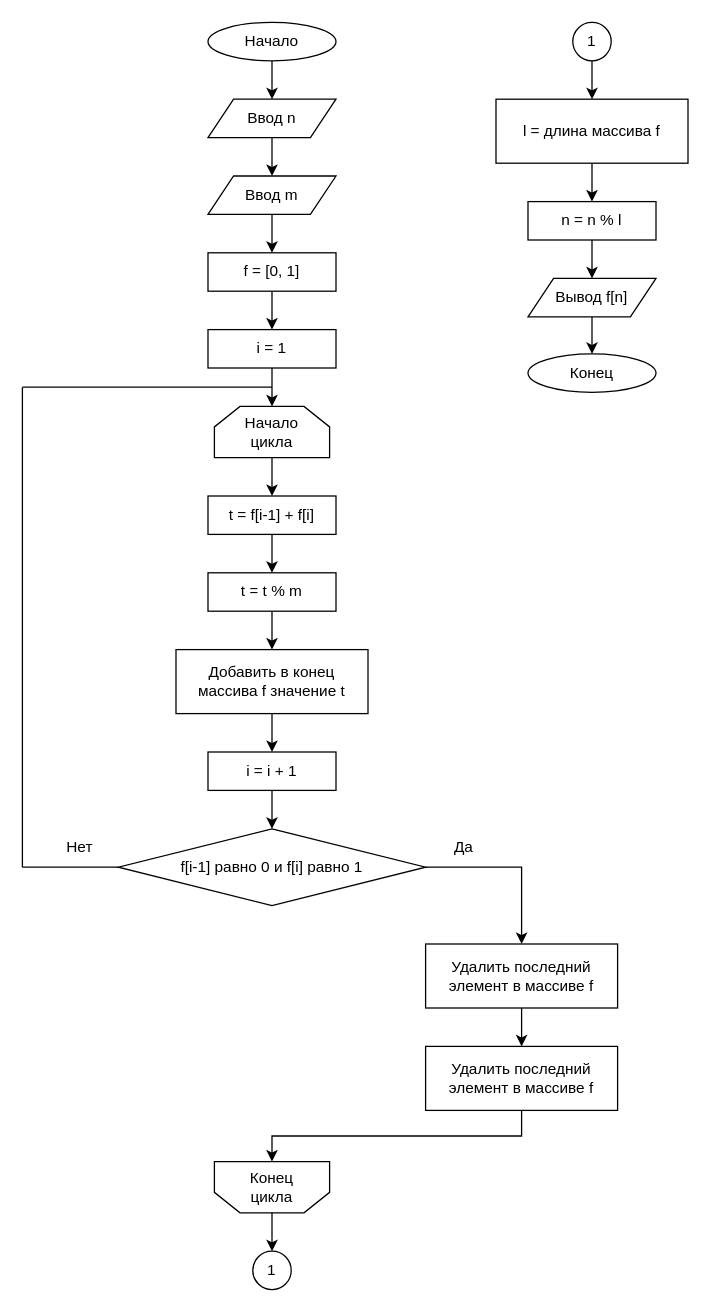
Above: page "2.2.3" (3 of 9) of Блок-схемы.drawio in hantagu/practice (draw.io), before the change. Source tidied: cells renumbered, new cells numbered last; positions are measured from the earlier drawing's top-left corner, leaving out a move shared by most shapes. Both pictures are drawn from the tidied source at 128%, with x=0, y=0 at pixel (22, 22).
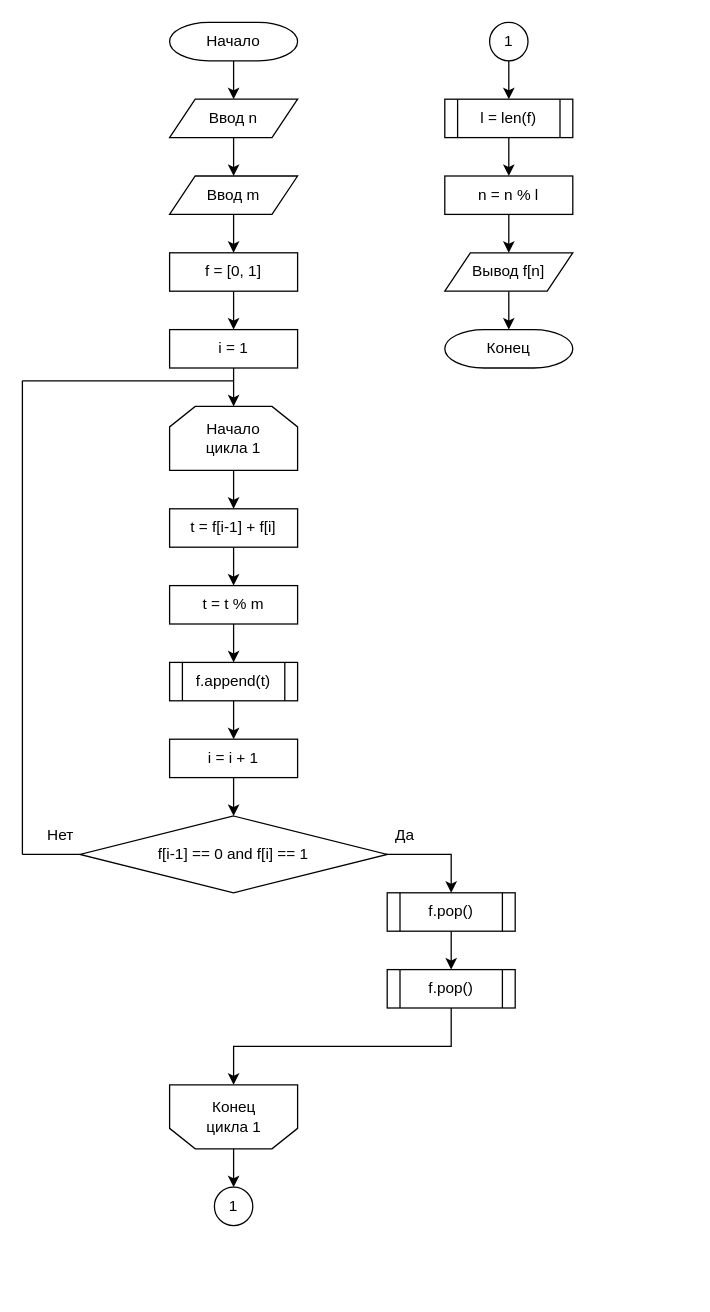
The same diagram, later.

The edit, as a diff of the source:
```diff
@@
-    <mxCell id="2" style="edgeStyle=orthogonalEdgeStyle;rounded=0;jettySize=auto;html=1;exitX=0.5;exitY=1;exitDx=0;exitDy=0;entryX=0.5;entryY=0;entryDx=0;entryDy=0;" parent="1" edge="1" source="3" target="5">
-      <mxGeometry relative="1" as="geometry" />
+    <mxCell id="2" style="edgeStyle=orthogonalEdgeStyle;rounded=0;jettySize=auto;html=1;exitX=0.5;exitY=1;exitDx=0;exitDy=0;entryX=0.5;entryY=0;entryDx=0;entryDy=0;" parent="1" edge="1" target="5">
+      <mxGeometry relative="1" as="geometry">
+        <mxPoint x="165" y="30" as="sourcePoint" />
+      </mxGeometry>
     </mxCell>
-    <mxCell id="3" value="Начало" style="ellipse;whiteSpace=wrap;html=1;" parent="1" vertex="1">
-      <mxGeometry x="145" width="100" height="30" as="geometry" />
-    </mxCell>
@@
     <mxCell id="5" value="Ввод n" style="shape=parallelogram;perimeter=parallelogramPerimeter;whiteSpace=wrap;html=1;fixedSize=1;" parent="1" vertex="1">
-      <mxGeometry x="145" y="60" width="100" height="30" as="geometry" />
+      <mxGeometry x="115" y="60" width="100" height="30" as="geometry" />
     </mxCell>
@@
     <mxCell id="7" value="Ввод m" style="shape=parallelogram;perimeter=parallelogramPerimeter;whiteSpace=wrap;html=1;fixedSize=1;" parent="1" vertex="1">
-      <mxGeometry x="145" y="120" width="100" height="30" as="geometry" />
+      <mxGeometry x="115" y="120" width="100" height="30" as="geometry" />
     </mxCell>
@@
     <mxCell id="9" value="f = [0, 1]" style="rounded=0;whiteSpace=wrap;html=1;" parent="1" vertex="1">
-      <mxGeometry x="145" y="180" width="100" height="30" as="geometry" />
+      <mxGeometry x="115" y="180" width="100" height="30" as="geometry" />
     </mxCell>
@@
     <mxCell id="11" value="i = 1" style="rounded=0;whiteSpace=wrap;html=1;" parent="1" vertex="1">
-      <mxGeometry x="145" y="240" width="100" height="30" as="geometry" />
+      <mxGeometry x="115" y="240" width="100" height="30" as="geometry" />
     </mxCell>
@@
-    <mxCell id="13" value="&lt;div&gt;Начало&lt;/div&gt;&lt;div&gt;цикла&lt;/div&gt;" style="shape=loopLimit;whiteSpace=wrap;html=1;" parent="1" vertex="1">
-      <mxGeometry x="150" y="300" width="90" height="40" as="geometry" />
+    <mxCell id="13" value="&lt;div&gt;Начало&lt;/div&gt;&lt;div&gt;цикла 1&lt;br&gt;&lt;/div&gt;" style="shape=loopLimit;whiteSpace=wrap;html=1;" parent="1" vertex="1">
+      <mxGeometry x="115" y="300" width="100" height="50" as="geometry" />
     </mxCell>
     <mxCell id="14" style="group;" parent="1" vertex="1">
-      <mxGeometry x="150" y="890" width="90" height="40" as="geometry" />
+      <mxGeometry x="115" y="830" width="100" height="50" as="geometry" />
     </mxCell>
     <mxCell id="15" style="shape=loopLimit;whiteSpace=wrap;html=1;rotation=-180;" parent="14" vertex="1">
-      <mxGeometry width="90" height="40" as="geometry" />
+      <mxGeometry width="100" height="50" as="geometry" />
     </mxCell>
-    <mxCell id="16" value="&lt;div&gt;Конец&lt;/div&gt;&lt;div&gt;цикла&lt;br&gt;&lt;/div&gt;" style="text;html=1;strokeColor=none;fillColor=none;align=center;verticalAlign=middle;whiteSpace=wrap;rounded=0;" parent="14" vertex="1">
-      <mxGeometry x="15" y="5" width="60" height="30" as="geometry" />
+    <mxCell id="16" value="&lt;div&gt;Конец&lt;/div&gt;&lt;div&gt;цикла 1&lt;br&gt;&lt;/div&gt;" style="text;html=1;strokeColor=none;fillColor=none;align=center;verticalAlign=middle;whiteSpace=wrap;rounded=0;" parent="14" vertex="1">
+      <mxGeometry x="16.7" y="6.2" width="66.7" height="37.5" as="geometry" />
     </mxCell>
@@
     <mxCell id="18" value="t = f[i-1] + f[i]" style="rounded=0;whiteSpace=wrap;html=1;" parent="1" vertex="1">
-      <mxGeometry x="145" y="370" width="100" height="30" as="geometry" />
+      <mxGeometry x="115" y="380" width="100" height="30" as="geometry" />
     </mxCell>
-    <mxCell id="19" style="edgeStyle=orthogonalEdgeStyle;rounded=0;jettySize=auto;html=1;exitX=0.5;exitY=1;exitDx=0;exitDy=0;entryX=0.5;entryY=0;entryDx=0;entryDy=0;" parent="1" edge="1" source="20" target="22">
-      <mxGeometry relative="1" as="geometry" />
-    </mxCell>
+    <mxCell id="47" style="edgeStyle=orthogonalEdgeStyle;rounded=0;jettySize=auto;html=1;exitX=0.5;exitY=1;exitDx=0;exitDy=0;entryX=0.5;entryY=0;entryDx=0;entryDy=0;" parent="1" edge="1" source="20" target="50">
+      <mxGeometry relative="1" as="geometry" />
+    </mxCell>
     <mxCell id="20" value="t = t % m" style="rounded=0;whiteSpace=wrap;html=1;" parent="1" vertex="1">
-      <mxGeometry x="145" y="430" width="100" height="30" as="geometry" />
+      <mxGeometry x="115" y="440" width="100" height="30" as="geometry" />
     </mxCell>
-    <mxCell id="21" style="edgeStyle=orthogonalEdgeStyle;rounded=0;jettySize=auto;html=1;exitX=0.5;exitY=1;exitDx=0;exitDy=0;entryX=0.5;entryY=0;entryDx=0;entryDy=0;" parent="1" edge="1" source="22" target="24">
-      <mxGeometry relative="1" as="geometry" />
-    </mxCell>
-    <mxCell id="22" value="Добавить в конец массива f значение t" style="rounded=0;whiteSpace=wrap;html=1;" parent="1" vertex="1">
-      <mxGeometry x="120" y="490" width="150" height="50" as="geometry" />
-    </mxCell>
@@
     <mxCell id="24" value="i = i + 1" style="rounded=0;whiteSpace=wrap;html=1;" parent="1" vertex="1">
-      <mxGeometry x="145" y="570" width="100" height="30" as="geometry" />
+      <mxGeometry x="115" y="560" width="100" height="30" as="geometry" />
     </mxCell>
-    <mxCell id="25" style="edgeStyle=orthogonalEdgeStyle;rounded=0;jettySize=auto;html=1;exitX=1;exitY=0.5;exitDx=0;exitDy=0;entryX=0.5;entryY=0;entryDx=0;entryDy=0;" parent="1" edge="1" source="26" target="28">
-      <mxGeometry relative="1" as="geometry" />
-    </mxCell>
-    <mxCell id="26" value="f[i-1] равно 0 и f[i] равно 1" style="rhombus;whiteSpace=wrap;html=1;" parent="1" vertex="1">
-      <mxGeometry x="75" y="630" width="240" height="60" as="geometry" />
+    <mxCell id="26" value="f[i-1] == 0 and f[i] == 1" style="rhombus;whiteSpace=wrap;html=1;" parent="1" vertex="1">
+      <mxGeometry x="45" y="620" width="240" height="60" as="geometry" />
     </mxCell>
-    <mxCell id="27" style="edgeStyle=orthogonalEdgeStyle;rounded=0;jettySize=auto;html=1;exitX=0.5;exitY=1;exitDx=0;exitDy=0;entryX=0.5;entryY=0;entryDx=0;entryDy=0;" parent="1" edge="1" source="28" target="31">
-      <mxGeometry relative="1" as="geometry" />
-    </mxCell>
-    <mxCell id="28" value="Удалить последний элемент в массиве f" style="rounded=0;whiteSpace=wrap;html=1;" parent="1" vertex="1">
-      <mxGeometry x="315" y="720" width="150" height="50" as="geometry" />
-    </mxCell>
+    <mxCell id="48" style="edgeStyle=orthogonalEdgeStyle;rounded=0;jettySize=auto;html=1;exitX=0.25;exitY=1;exitDx=0;exitDy=0;entryX=0.5;entryY=0;entryDx=0;entryDy=0;" parent="1" edge="1" source="29" target="52">
+      <mxGeometry relative="1" as="geometry">
+        <Array as="points">
+          <mxPoint x="335" y="650" />
+        </Array>
+      </mxGeometry>
+    </mxCell>
     <mxCell id="29" value="Да" style="text;html=1;strokeColor=none;fillColor=none;align=center;verticalAlign=middle;whiteSpace=wrap;rounded=0;" parent="1" vertex="1">
-      <mxGeometry x="315" y="630" width="60" height="30" as="geometry" />
+      <mxGeometry x="269" y="620" width="60" height="30" as="geometry" />
     </mxCell>
-    <mxCell id="30" style="edgeStyle=orthogonalEdgeStyle;rounded=0;jettySize=auto;html=1;exitX=0.5;exitY=1;exitDx=0;exitDy=0;entryX=0.5;entryY=1;entryDx=0;entryDy=0;" parent="1" edge="1" source="31" target="15">
-      <mxGeometry relative="1" as="geometry" />
-    </mxCell>
-    <mxCell id="31" value="Удалить последний элемент в массиве f" style="rounded=0;whiteSpace=wrap;html=1;" parent="1" vertex="1">
-      <mxGeometry x="315" y="800" width="150" height="50" as="geometry" />
-    </mxCell>
     <mxCell id="32" value="Нет" style="text;html=1;strokeColor=none;fillColor=none;align=center;verticalAlign=middle;whiteSpace=wrap;rounded=0;" parent="1" vertex="1">
-      <mxGeometry x="15" y="630" width="60" height="30" as="geometry" />
+      <mxGeometry y="620" width="60" height="30" as="geometry" />
     </mxCell>
     <mxCell id="33" style="endArrow=none;html=1;rounded=0;" parent="1" edge="1">
       <mxGeometry relative="1" as="geometry">
-        <mxPoint y="660" as="sourcePoint" />
-        <mxPoint x="75" y="660" as="targetPoint" />
+        <mxPoint y="650" as="sourcePoint" />
+        <mxPoint x="45" y="650" as="targetPoint" />
       </mxGeometry>
     </mxCell>
     <mxCell id="34" style="endArrow=none;html=1;rounded=0;" parent="1" edge="1">
       <mxGeometry relative="1" as="geometry">
-        <mxPoint y="285" as="sourcePoint" />
-        <mxPoint y="660" as="targetPoint" />
+        <mxPoint y="280" as="sourcePoint" />
+        <mxPoint y="650" as="targetPoint" />
       </mxGeometry>
     </mxCell>
     <mxCell id="35" style="endArrow=none;html=1;rounded=0;" parent="1" edge="1">
       <mxGeometry relative="1" as="geometry">
-        <mxPoint y="285" as="sourcePoint" />
-        <mxPoint x="195" y="285" as="targetPoint" />
+        <mxPoint y="280" as="sourcePoint" />
+        <mxPoint x="165" y="280" as="targetPoint" />
       </mxGeometry>
     </mxCell>
-    <mxCell id="36" style="edgeStyle=orthogonalEdgeStyle;rounded=0;jettySize=auto;html=1;exitX=0.5;exitY=1;exitDx=0;exitDy=0;entryX=0.5;entryY=0;entryDx=0;entryDy=0;" parent="1" edge="1" source="37" target="39">
-      <mxGeometry relative="1" as="geometry" />
-    </mxCell>
-    <mxCell id="37" value="l = длина массива f" style="rounded=0;whiteSpace=wrap;html=1;" parent="1" vertex="1">
-      <mxGeometry x="370" y="60" width="150" height="50" as="geometry" />
-    </mxCell>
@@
     <mxCell id="39" value="n = n % l" style="rounded=0;whiteSpace=wrap;html=1;" parent="1" vertex="1">
-      <mxGeometry x="395" y="140" width="100" height="30" as="geometry" />
+      <mxGeometry x="330" y="120" width="100" height="30" as="geometry" />
     </mxCell>
-    <mxCell id="40" style="edgeStyle=orthogonalEdgeStyle;rounded=0;jettySize=auto;html=1;exitX=0.5;exitY=1;exitDx=0;exitDy=0;entryX=0.5;entryY=0;entryDx=0;entryDy=0;" parent="1" edge="1" source="41" target="42">
+    <mxCell id="40" style="edgeStyle=orthogonalEdgeStyle;rounded=0;jettySize=auto;html=1;exitX=0.5;exitY=1;exitDx=0;exitDy=0;entryX=0.5;entryY=0;entryDx=0;entryDy=0;entryPerimeter=0;" parent="1" edge="1" source="41" target="42">
       <mxGeometry relative="1" as="geometry" />
     </mxCell>
     <mxCell id="41" value="Вывод f[n]" style="shape=parallelogram;perimeter=parallelogramPerimeter;whiteSpace=wrap;html=1;fixedSize=1;" parent="1" vertex="1">
-      <mxGeometry x="395" y="200" width="100" height="30" as="geometry" />
+      <mxGeometry x="330" y="180" width="100" height="30" as="geometry" />
     </mxCell>
-    <mxCell id="42" value="Конец" style="ellipse;whiteSpace=wrap;html=1;" parent="1" vertex="1">
-      <mxGeometry x="395" y="259" width="100" height="30" as="geometry" />
-    </mxCell>
     <mxCell id="43" value="1" style="ellipse;whiteSpace=wrap;html=1;" parent="1" vertex="1">
-      <mxGeometry x="180" y="960" width="30" height="30" as="geometry" />
+      <mxGeometry x="150" y="910" width="30" height="30" as="geometry" />
     </mxCell>
@@
-    <mxCell id="45" style="edgeStyle=orthogonalEdgeStyle;rounded=0;jumpSize=0;jettySize=auto;html=1;exitX=0.5;exitY=1;exitDx=0;exitDy=0;entryX=0.5;entryY=0;entryDx=0;entryDy=0;strokeColor=default;strokeWidth=1;endArrow=classic;endFill=1;startSize=6;endSize=6;" parent="1" edge="1" source="46" target="37">
-      <mxGeometry relative="1" as="geometry" />
+    <mxCell id="45" style="edgeStyle=orthogonalEdgeStyle;rounded=0;jumpSize=0;jettySize=auto;html=1;exitX=0.5;exitY=1;exitDx=0;exitDy=0;entryX=0.5;entryY=0;entryDx=0;entryDy=0;strokeColor=default;strokeWidth=1;endArrow=classic;endFill=1;startSize=6;endSize=6;" parent="1" edge="1" source="46">
+      <mxGeometry relative="1" as="geometry">
+        <mxPoint x="380" y="60" as="targetPoint" />
+      </mxGeometry>
     </mxCell>
     <mxCell id="46" value="1" style="ellipse;whiteSpace=wrap;html=1;" parent="1" vertex="1">
-      <mxGeometry x="430" width="30" height="30" as="geometry" />
+      <mxGeometry x="365" width="30" height="30" as="geometry" />
     </mxCell>
+    <mxCell id="3" value="Начало" style="strokeWidth=1;html=1;shape=mxgraph.flowchart.terminator;whiteSpace=wrap;" parent="1" vertex="1">
+      <mxGeometry x="115" width="100" height="30" as="geometry" />
+    </mxCell>
+    <mxCell id="49" style="edgeStyle=orthogonalEdgeStyle;rounded=0;jettySize=auto;html=1;exitX=0.5;exitY=1;exitDx=0;exitDy=0;entryX=0.5;entryY=0;entryDx=0;entryDy=0;" parent="1" edge="1" source="50" target="24">
+      <mxGeometry relative="1" as="geometry" />
+    </mxCell>
+    <mxCell id="50" value="f.append(t)" style="shape=process;whiteSpace=wrap;html=1;backgroundOutline=1;strokeWidth=1;" parent="1" vertex="1">
+      <mxGeometry x="115" y="500" width="100" height="30" as="geometry" />
+    </mxCell>
+    <mxCell id="51" style="edgeStyle=orthogonalEdgeStyle;rounded=0;jettySize=auto;html=1;exitX=0.5;exitY=1;exitDx=0;exitDy=0;entryX=0.5;entryY=0;entryDx=0;entryDy=0;" parent="1" edge="1" source="52" target="54">
+      <mxGeometry relative="1" as="geometry" />
+    </mxCell>
+    <mxCell id="52" value="f.pop()" style="shape=process;whiteSpace=wrap;html=1;backgroundOutline=1;strokeWidth=1;" parent="1" vertex="1">
+      <mxGeometry x="285" y="680" width="100" height="30" as="geometry" />
+    </mxCell>
+    <mxCell id="53" style="edgeStyle=orthogonalEdgeStyle;rounded=0;jettySize=auto;html=1;exitX=0.5;exitY=1;exitDx=0;exitDy=0;entryX=0.5;entryY=1;entryDx=0;entryDy=0;" parent="1" edge="1" source="54" target="15">
+      <mxGeometry relative="1" as="geometry" />
+    </mxCell>
+    <mxCell id="54" value="f.pop()" style="shape=process;whiteSpace=wrap;html=1;backgroundOutline=1;strokeWidth=1;" parent="1" vertex="1">
+      <mxGeometry x="285" y="740" width="100" height="30" as="geometry" />
+    </mxCell>
+    <mxCell id="55" style="edgeStyle=orthogonalEdgeStyle;rounded=0;jettySize=auto;html=1;exitX=0.5;exitY=1;exitDx=0;exitDy=0;entryX=0.5;entryY=0;entryDx=0;entryDy=0;" parent="1" edge="1" source="56" target="39">
+      <mxGeometry relative="1" as="geometry" />
+    </mxCell>
+    <mxCell id="56" value="l = len(f)" style="shape=process;whiteSpace=wrap;html=1;backgroundOutline=1;strokeWidth=1;" parent="1" vertex="1">
+      <mxGeometry x="330" y="60" width="100" height="30" as="geometry" />
+    </mxCell>
+    <mxCell id="42" value="Конец" style="strokeWidth=1;html=1;shape=mxgraph.flowchart.terminator;whiteSpace=wrap;" parent="1" vertex="1">
+      <mxGeometry x="330" y="240" width="100" height="30" as="geometry" />
+    </mxCell>
```
